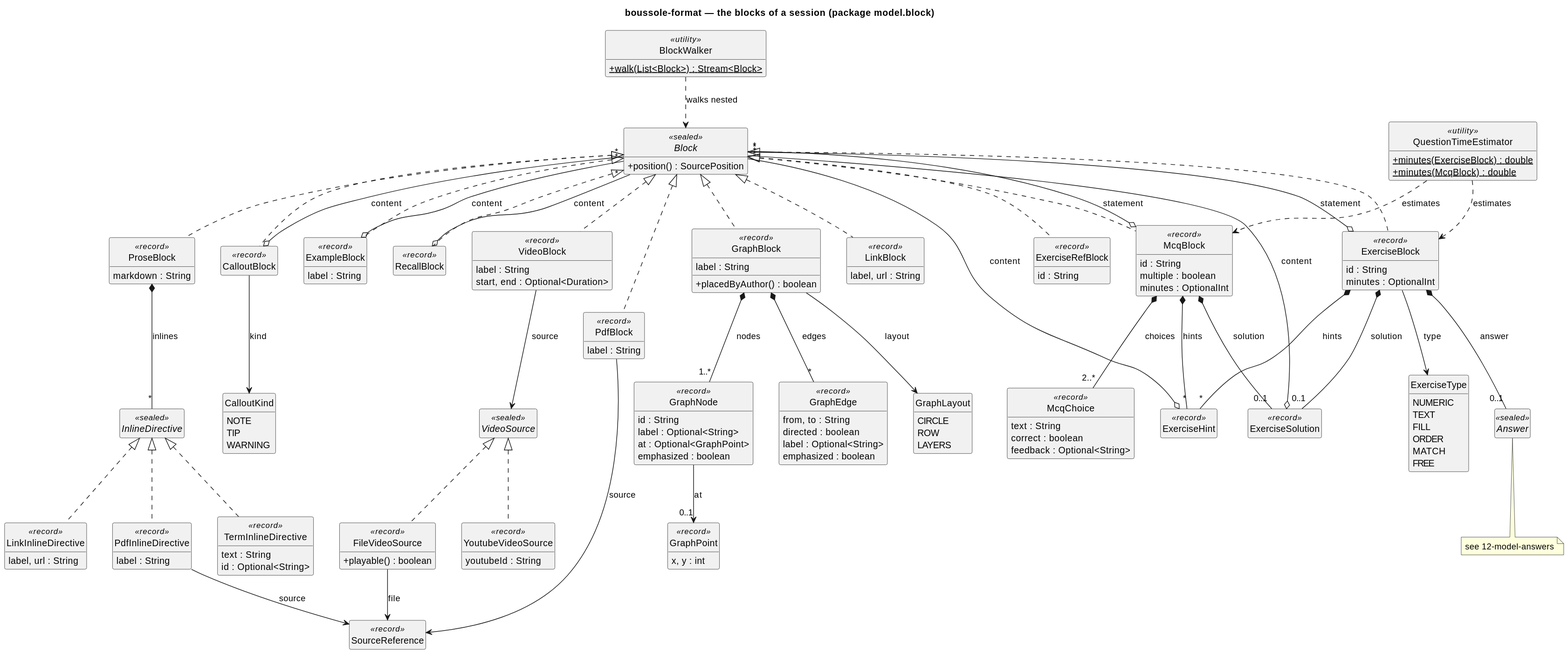
Above: docs/diagrams/11-model-blocks.svg in lucasssoh/Boussole (PlantUML), before the change. Source of this version:
```plantuml
@startuml
skinparam packageStyle rectangle
skinparam classAttributeIconSize 0
skinparam nodesep 40
skinparam ranksep 50
hide empty members
hide circle
title boussole-format — the blocks of a session (package model.block)

interface Block <<sealed>> {
  +position() : SourcePosition
}
class ProseBlock <<record>> {
  markdown : String
}
interface InlineDirective <<sealed>>
class TermInlineDirective <<record>> {
  text : String
  id : Optional<String>
}
class LinkInlineDirective <<record>> {
  label, url : String
}
class PdfInlineDirective <<record>> {
  label : String
}
class ExampleBlock <<record>> {
  label : String
}
class RecallBlock <<record>>
class CalloutBlock <<record>>
enum CalloutKind {
  NOTE
  TIP
  WARNING
}
class VideoBlock <<record>> {
  label : String
  start, end : Optional<Duration>
}
interface VideoSource <<sealed>>
class YoutubeVideoSource <<record>> {
  youtubeId : String
}
class FileVideoSource <<record>> {
  +playable() : boolean
}
class PdfBlock <<record>> {
  label : String
}
class LinkBlock <<record>> {
  label, url : String
}
class GraphBlock <<record>> {
  label : String
  +placedByAuthor() : boolean
}
class GraphNode <<record>> {
  id : String
  label : Optional<String>
  at : Optional<GraphPoint>
  emphasized : boolean
}
class GraphEdge <<record>> {
  from, to : String
  directed : boolean
  label : Optional<String>
  emphasized : boolean
}
class GraphPoint <<record>> {
  x, y : int
}
enum GraphLayout {
  CIRCLE
  ROW
  LAYERS
}
class ExerciseBlock <<record>> {
  id : String
  minutes : OptionalInt
}
enum ExerciseType {
  NUMERIC
  TEXT
  FILL
  ORDER
  MATCH
  FREE
}
class McqBlock <<record>> {
  id : String
  multiple : boolean
  minutes : OptionalInt
}
class McqChoice <<record>> {
  text : String
  correct : boolean
  feedback : Optional<String>
}
class ExerciseHint <<record>>
class ExerciseSolution <<record>>
class ExerciseRefBlock <<record>> {
  id : String
}
class BlockWalker <<utility>> {
  +{static} walk(List<Block>) : Stream<Block>
}
class QuestionTimeEstimator <<utility>> {
  +{static} minutes(ExerciseBlock) : double
  +{static} minutes(McqBlock) : double
}
class SourceReference <<record>>
interface Answer <<sealed>>
note bottom of Answer : see 12-model-answers

Block <|.. ProseBlock
Block <|.. ExampleBlock
Block <|.. RecallBlock
Block <|.. CalloutBlock
Block <|.. VideoBlock
VideoBlock --> VideoSource : source
VideoSource <|.. YoutubeVideoSource
VideoSource <|.. FileVideoSource
FileVideoSource --> SourceReference : file
Block <|.. PdfBlock
Block <|.. GraphBlock
Block <|.. LinkBlock
GraphBlock *-- "1..*" GraphNode : nodes
GraphBlock *-- "*" GraphEdge : edges
GraphBlock --> GraphLayout : layout
GraphNode --> "0..1" GraphPoint : at
Block <|.. ExerciseBlock
Block <|.. McqBlock
Block <|.. ExerciseRefBlock

ProseBlock *-- "*" InlineDirective : inlines
InlineDirective <|.. TermInlineDirective
InlineDirective <|.. PdfInlineDirective
InlineDirective <|.. LinkInlineDirective
PdfInlineDirective --> SourceReference : source
PdfBlock --> SourceReference : source

ExampleBlock o-- "*" Block : content
RecallBlock o-- "*" Block : content
CalloutBlock o-- "*" Block : content
CalloutBlock --> CalloutKind : kind

ExerciseBlock --> ExerciseType : type
ExerciseBlock o-- "*" Block : statement
ExerciseBlock *-- "0..1" Answer : answer
ExerciseBlock *-- "*" ExerciseHint : hints
ExerciseBlock *-- "0..1" ExerciseSolution : solution
McqBlock o-- "*" Block : statement
McqBlock *-- "2..*" McqChoice : choices
McqBlock *-- "*" ExerciseHint : hints
McqBlock *-- "0..1" ExerciseSolution : solution
ExerciseHint o-- "*" Block : content
ExerciseSolution o-- "*" Block : content

BlockWalker ..> Block : walks nested
QuestionTimeEstimator ..> ExerciseBlock : estimates
QuestionTimeEstimator ..> McqBlock : estimates
@enduml
```
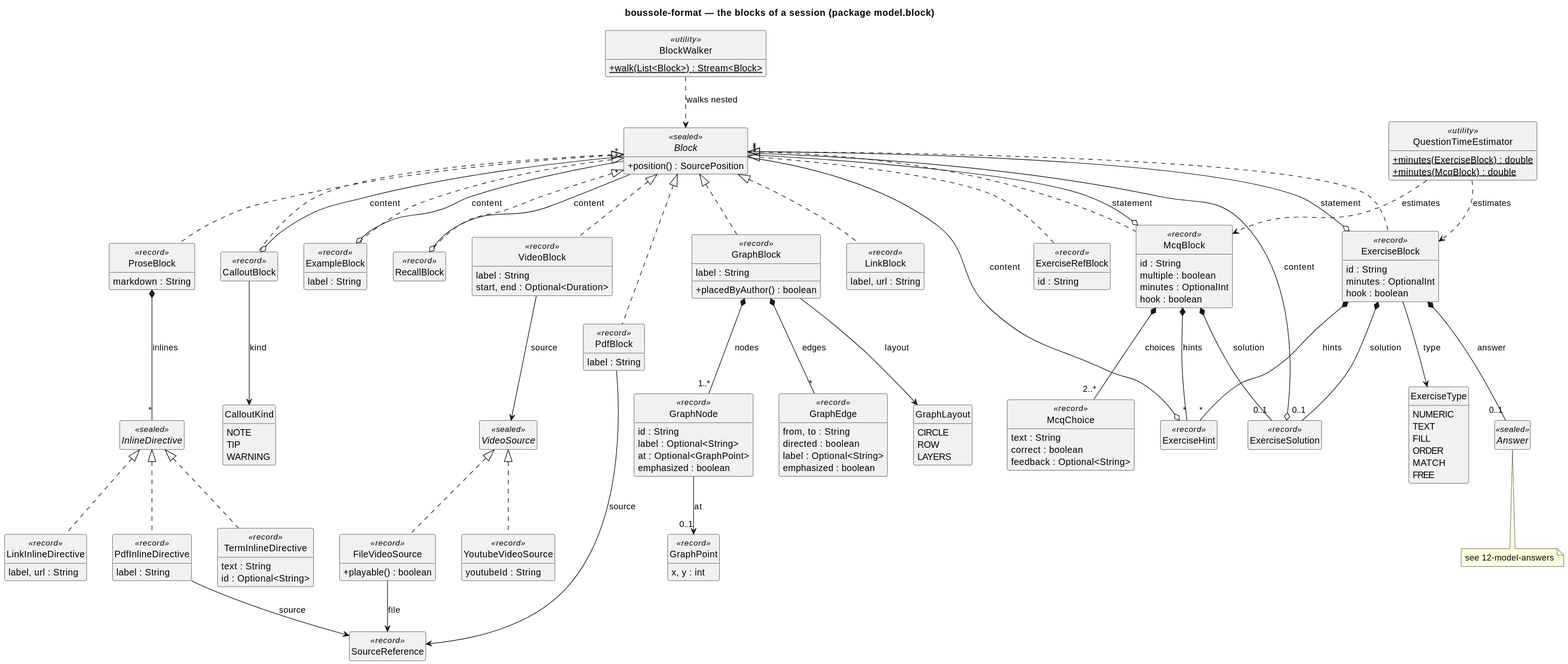
The same file after the commit.

The edit, as a diff of the source:
```diff
@@ -78,6 +78,7 @@
 class ExerciseBlock <<record>> {
   id : String
   minutes : OptionalInt
+  hook : boolean
 }
 enum ExerciseType {
   NUMERIC
@@ -91,6 +92,7 @@
   id : String
   multiple : boolean
   minutes : OptionalInt
+  hook : boolean
 }
 class McqChoice <<record>> {
   text : String
```
